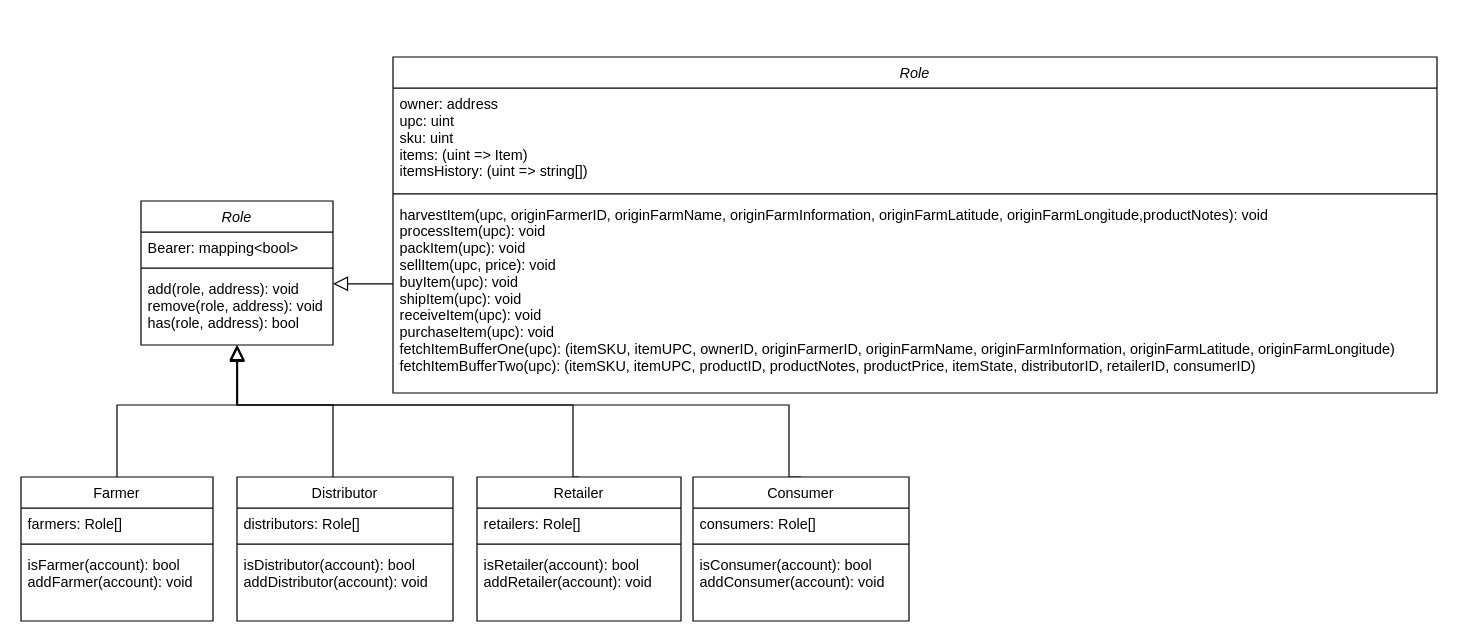
Before: uml/coffee-class.drawio in sevehooker/blockchain-coffee, a draw.io diagram. Source tidied: cells renumbered, new cells numbered last; positions are measured from the earlier drawing's top-left corner, leaving out a move shared by most shapes. Both pictures are drawn from the tidied source at 120%, with x=0, y=0 at pixel (20, 56).
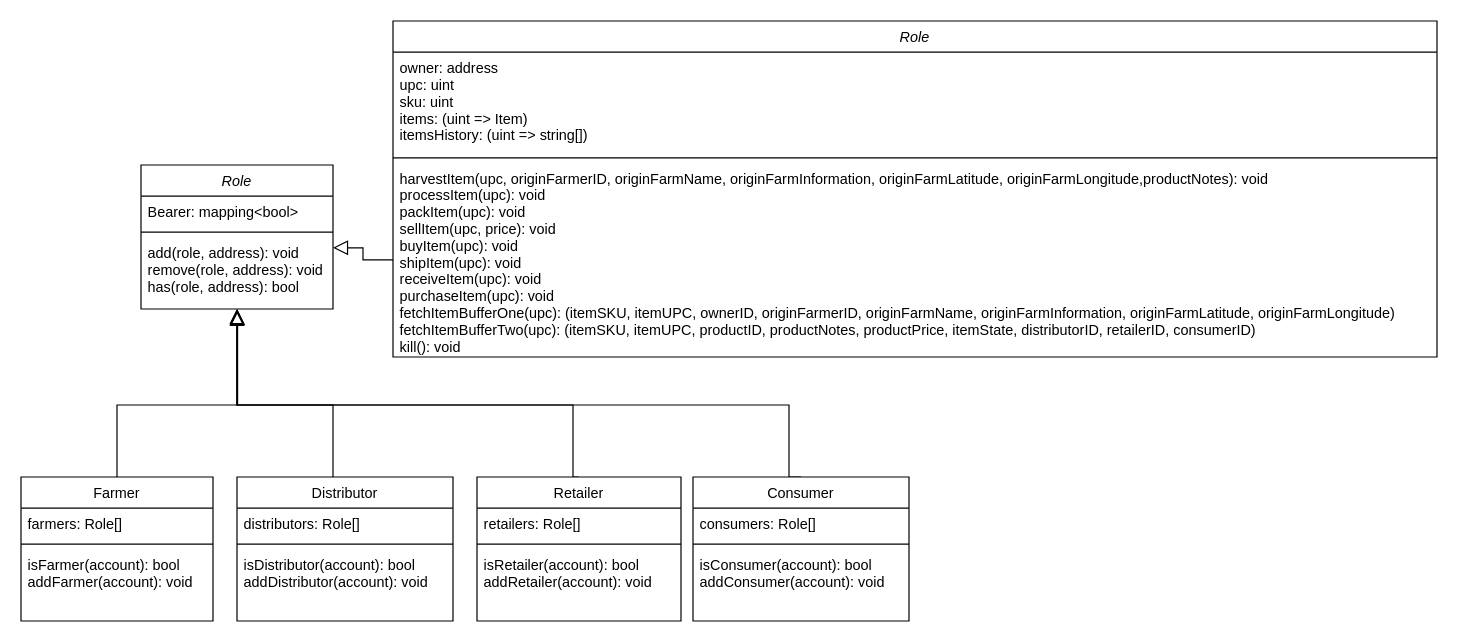
The same diagram, later.

The change refers to these unchanged cells:
```xml
<mxCell id="5" value="add(role, address): void&#10;remove(role, address): void&#10;has(role, address): bool&#10;" style="text;align=left;verticalAlign=top;spacingLeft=4;spacingRight=4;overflow=hidden;points=[[0,0.5],[1,0.5]];portConstraint=eastwest;" parent="2" vertex="1">
  <mxGeometry y="60" width="160" height="60" as="geometry" />
</mxCell>
<mxCell id="6" value="Farmer" style="swimlane;fontStyle=0;align=center;verticalAlign=top;horizontal=1;startSize=26;rounded=0;shadow=0;strokeWidth=1;" parent="1" vertex="1">
  <mxGeometry y="350" width="160" height="120" as="geometry" />
</mxCell>
<mxCell id="17" value="Consumer" style="swimlane;fontStyle=0;align=center;verticalAlign=top;horizontal=1;startSize=26;rounded=0;shadow=0;strokeWidth=1;" parent="1" vertex="1">
  <mxGeometry x="560" y="350" width="180" height="120" as="geometry" />
</mxCell>
<mxCell id="22" value="Retailer" style="swimlane;fontStyle=0;align=center;verticalAlign=top;horizontal=1;startSize=26;rounded=0;shadow=0;strokeWidth=1;" parent="1" vertex="1">
  <mxGeometry x="380" y="350" width="170" height="120" as="geometry" />
</mxCell>
```

Diff of the diagram source:
```diff
@@
     <mxCell id="2" value="Role" style="swimlane;fontStyle=2;align=center;verticalAlign=top;horizontal=1;startSize=26;rounded=0;shadow=0;strokeWidth=1;" parent="1" vertex="1">
-      <mxGeometry x="100" y="120" width="160" height="120" as="geometry" />
+      <mxGeometry x="100" y="90" width="160" height="120" as="geometry" />
     </mxCell>
@@
     <mxCell id="10" style="endArrow=block;endSize=10;endFill=0;shadow=0;strokeWidth=1;rounded=0;edgeStyle=elbowEdgeStyle;elbow=vertical;" parent="1" edge="1" source="6" target="2">
       <mxGeometry relative="1" as="geometry">
         <Array as="points">
           <mxPoint x="180" y="290" />
-          <mxPoint x="210" y="290" />
+          <mxPoint x="180" y="260" />
+          <mxPoint x="210" y="260" />
         </Array>
       </mxGeometry>
     </mxCell>
@@
     <mxCell id="16" style="edgeStyle=orthogonalEdgeStyle;shape=connector;rounded=0;jettySize=auto;html=1;exitX=0.5;exitY=0;exitDx=0;exitDy=0;shadow=0;labelBackgroundColor=default;fontFamily=Helvetica;fontSize=11;fontColor=default;startArrow=none;startFill=0;endArrow=block;endFill=0;startSize=6;endSize=10;strokeColor=default;strokeWidth=1;elbow=vertical;entryX=0.503;entryY=1.016;entryDx=0;entryDy=0;entryPerimeter=0;" parent="1" edge="1" source="17" target="5">
       <mxGeometry relative="1" as="geometry">
         <Array as="points">
+          <mxPoint x="640" y="350" />
           <mxPoint x="640" y="290" />
           <mxPoint x="181" y="290" />
         </Array>
       </mxGeometry>
     </mxCell>
@@
     <mxCell id="21" style="edgeStyle=orthogonalEdgeStyle;rounded=0;jettySize=auto;html=1;exitX=0.5;exitY=0;exitDx=0;exitDy=0;labelBackgroundColor=default;fontFamily=Helvetica;fontSize=11;startArrow=none;startFill=0;endArrow=block;endFill=0;startSize=6;endSize=10;strokeColor=default;elbow=vertical;shadow=0;strokeWidth=1;entryX=0.5;entryY=1.026;entryDx=0;entryDy=0;entryPerimeter=0;" parent="1" edge="1" source="22" target="5">
       <mxGeometry relative="1" as="geometry">
         <Array as="points">
+          <mxPoint x="460" y="350" />
           <mxPoint x="460" y="290" />
           <mxPoint x="180" y="290" />
         </Array>
       </mxGeometry>
     </mxCell>
@@
     <mxCell id="26" value="Role" style="swimlane;fontStyle=2;align=center;verticalAlign=top;horizontal=1;startSize=26;rounded=0;shadow=0;strokeWidth=1;" parent="1" vertex="1">
-      <mxGeometry x="310" width="870" height="280" as="geometry" />
+      <mxGeometry x="310" y="-30" width="870" height="280" as="geometry" />
     </mxCell>
@@
-    <mxCell id="29" value="harvestItem(upc, originFarmerID, originFarmName, originFarmInformation, originFarmLatitude, originFarmLongitude,productNotes): void&#10;processItem(upc): void&#10;packItem(upc): void&#10;sellItem(upc, price): void&#10;buyItem(upc): void&#10;shipItem(upc): void&#10;receiveItem(upc): void&#10;purchaseItem(upc): void&#10;fetchItemBufferOne(upc): (itemSKU, itemUPC, ownerID, originFarmerID, originFarmName, originFarmInformation, originFarmLatitude, originFarmLongitude)&#10;fetchItemBufferTwo(upc): (itemSKU, itemUPC, productID, productNotes, productPrice, itemState, distributorID, retailerID, consumerID)&#10;&#10;" style="text;align=left;verticalAlign=top;spacingLeft=4;spacingRight=4;overflow=hidden;points=[[0,0.5],[1,0.5]];portConstraint=eastwest;" parent="26" vertex="1">
-      <mxGeometry y="118" width="870" height="142" as="geometry" />
+    <mxCell id="29" value="harvestItem(upc, originFarmerID, originFarmName, originFarmInformation, originFarmLatitude, originFarmLongitude,productNotes): void&#10;processItem(upc): void&#10;packItem(upc): void&#10;sellItem(upc, price): void&#10;buyItem(upc): void&#10;shipItem(upc): void&#10;receiveItem(upc): void&#10;purchaseItem(upc): void&#10;fetchItemBufferOne(upc): (itemSKU, itemUPC, ownerID, originFarmerID, originFarmName, originFarmInformation, originFarmLatitude, originFarmLongitude)&#10;fetchItemBufferTwo(upc): (itemSKU, itemUPC, productID, productNotes, productPrice, itemState, distributorID, retailerID, consumerID)&#10;kill(): void&#10;&#10;&#10;" style="text;align=left;verticalAlign=top;spacingLeft=4;spacingRight=4;overflow=hidden;points=[[0,0.5],[1,0.5]];portConstraint=eastwest;" parent="26" vertex="1">
+      <mxGeometry y="118" width="870" height="162" as="geometry" />
     </mxCell>
```
